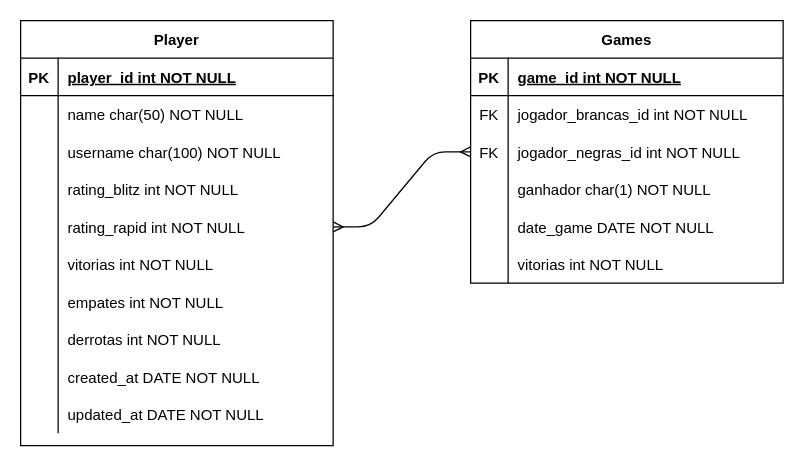
Before: streetchessrecife.drawio in adrielldev/streetchessrecife-nest-ts, a draw.io diagram. Source tidied: cells renumbered, new cells numbered last; positions are measured from the earlier drawing's top-left corner, leaving out a move shared by most shapes. Both pictures are drawn from the tidied source at 125%, with x=0, y=0 at pixel (20, 20).
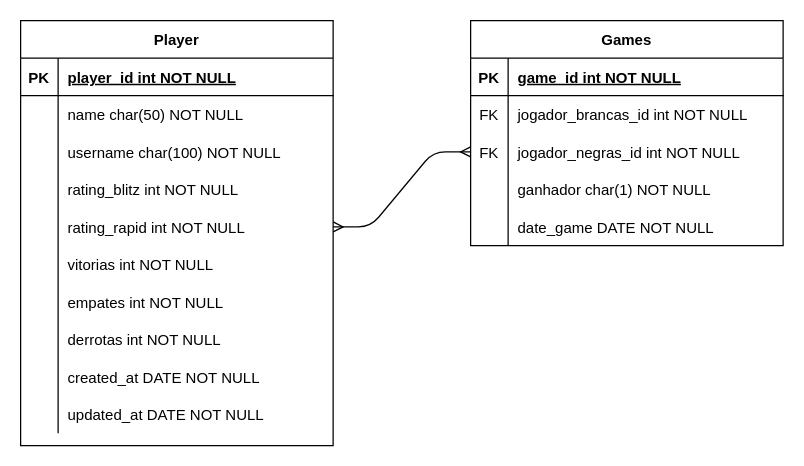
Above is the later version.

Change to the diagram source:
```diff
@@
     <mxCell id="33" value="Games" style="shape=table;startSize=30;childLayout=tableLayout;rowLines=0;fontStyle=1;align=center;" parent="1" vertex="1">
-      <mxGeometry x="360" width="250" height="210" as="geometry" />
+      <mxGeometry x="360" width="250" height="180" as="geometry" />
     </mxCell>
@@
-    <mxCell id="49" style="shape=partialRectangle;fillColor=none;top=0;left=0;right=0;bottom=0;" parent="33" vertex="1">
-      <mxGeometry y="180" width="250" height="30" as="geometry" />
-    </mxCell>
-    <mxCell id="50" style="shape=partialRectangle;overflow=hidden;fillColor=none;top=0;left=0;bottom=0;right=0;" parent="49" vertex="1">
-      <mxGeometry width="30" height="30" as="geometry" />
-    </mxCell>
-    <mxCell id="51" value="vitorias int NOT NULL" style="shape=partialRectangle;overflow=hidden;fillColor=none;top=0;left=0;bottom=0;right=0;align=left;spacingLeft=6;" parent="49" vertex="1">
-      <mxGeometry x="30" width="220" height="30" as="geometry" />
-    </mxCell>
```
